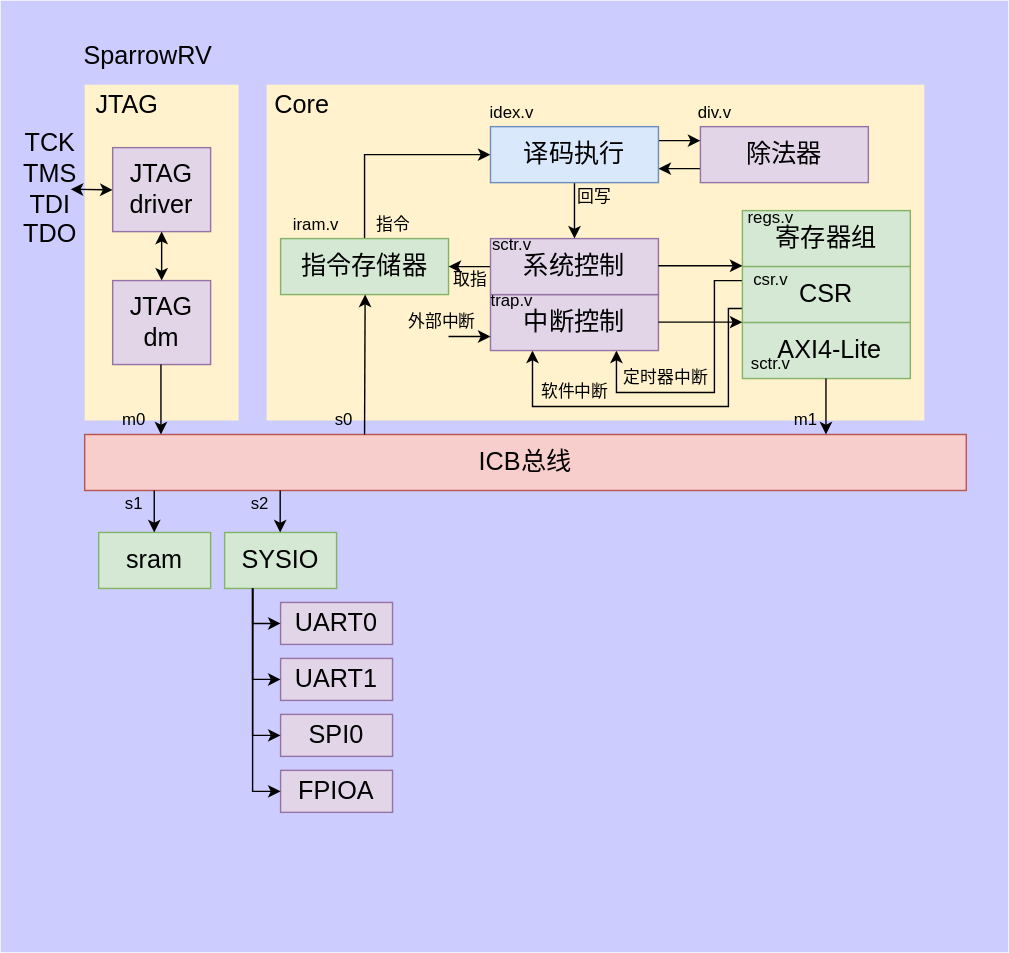
ZPNMiaoHeng/SparrowRV keeps this draw.io diagram as doc/图库/Readme/soc架构.svg. Above is the earlier version. Source tidied: cells renumbered, new cells last; positions are measured from the earlier drawing's top-left corner, leaving out a move shared by most shapes. The source it was exported from:
```xml
<mxGraphModel>
  <root>
    <mxCell id="0" />
    <mxCell id="1" parent="0" />
    <mxCell id="2" style="rounded=0;whiteSpace=wrap;html=1;fontSize=12;fillColor=#CCCCFF;strokeColor=none;" parent="1" vertex="1">
      <mxGeometry x="10" y="20" width="720" height="680" as="geometry" />
    </mxCell>
    <mxCell id="3" style="rounded=0;whiteSpace=wrap;html=1;fontSize=18;fillColor=#FFF2CC;strokeColor=none;" parent="1" vertex="1">
      <mxGeometry x="200" y="80" width="470" height="240" as="geometry" />
    </mxCell>
    <mxCell id="4" value="SparrowRV" style="text;html=1;align=center;verticalAlign=middle;strokeColor=none;fillColor=none;fontSize=18;" parent="1" vertex="1">
      <mxGeometry x="60" y="45" width="110" height="30" as="geometry" />
    </mxCell>
    <mxCell id="5" value="寄存器组" style="whiteSpace=wrap;html=1;fontSize=18;fillColor=#d5e8d4;strokeColor=#82b366;" parent="1" vertex="1">
      <mxGeometry x="540" y="170" width="120" height="40" as="geometry" />
    </mxCell>
    <mxCell id="6" style="edgeStyle=orthogonalEdgeStyle;rounded=0;jettySize=auto;html=1;entryX=0.75;entryY=1;entryDx=0;entryDy=0;fontSize=18;exitX=0;exitY=0.25;exitDx=0;exitDy=0;" parent="1" edge="1" source="8" target="11">
      <mxGeometry relative="1" as="geometry">
        <Array as="points">
          <mxPoint x="520" y="220" />
          <mxPoint x="520" y="300" />
          <mxPoint x="450" y="300" />
        </Array>
      </mxGeometry>
    </mxCell>
    <mxCell id="7" style="edgeStyle=orthogonalEdgeStyle;rounded=0;jettySize=auto;html=1;exitX=0;exitY=0.75;exitDx=0;exitDy=0;entryX=0.25;entryY=1;entryDx=0;entryDy=0;fontSize=18;" parent="1" edge="1" source="8" target="11">
      <mxGeometry relative="1" as="geometry">
        <Array as="points">
          <mxPoint x="530" y="240" />
          <mxPoint x="530" y="310" />
          <mxPoint x="390" y="310" />
        </Array>
      </mxGeometry>
    </mxCell>
    <mxCell id="8" value="CSR" style="whiteSpace=wrap;html=1;fontSize=18;fillColor=#d5e8d4;strokeColor=#82b366;" parent="1" vertex="1">
      <mxGeometry x="540" y="210" width="120" height="40" as="geometry" />
    </mxCell>
    <mxCell id="9" style="edgeStyle=orthogonalEdgeStyle;rounded=0;jettySize=auto;html=1;exitX=0.5;exitY=0;exitDx=0;exitDy=0;entryX=0;entryY=0.5;entryDx=0;entryDy=0;fontSize=18;" parent="1" edge="1" source="10" target="18">
      <mxGeometry relative="1" as="geometry" />
    </mxCell>
    <mxCell id="10" value="指令存储器" style="whiteSpace=wrap;html=1;fontSize=18;fillColor=#d5e8d4;strokeColor=#82b366;" parent="1" vertex="1">
      <mxGeometry x="210" y="190" width="120" height="40" as="geometry" />
    </mxCell>
    <mxCell id="11" value="中断控制" style="whiteSpace=wrap;html=1;fontSize=18;fillColor=#e1d5e7;strokeColor=#9673a6;" parent="1" vertex="1">
      <mxGeometry x="360" y="230" width="120" height="40" as="geometry" />
    </mxCell>
    <mxCell id="12" style="edgeStyle=orthogonalEdgeStyle;rounded=0;jettySize=auto;html=1;exitX=0;exitY=0.5;exitDx=0;exitDy=0;entryX=1;entryY=0.5;entryDx=0;entryDy=0;fontSize=18;" parent="1" edge="1" source="13" target="10">
      <mxGeometry relative="1" as="geometry" />
    </mxCell>
    <mxCell id="13" value="系统控制" style="whiteSpace=wrap;html=1;fontSize=18;fillColor=#e1d5e7;strokeColor=#9673a6;" parent="1" vertex="1">
      <mxGeometry x="360" y="190" width="120" height="40" as="geometry" />
    </mxCell>
    <mxCell id="14" style="edgeStyle=orthogonalEdgeStyle;rounded=0;jettySize=auto;html=1;exitX=0;exitY=0.75;exitDx=0;exitDy=0;entryX=1;entryY=0.75;entryDx=0;entryDy=0;fontSize=18;" parent="1" edge="1" source="15" target="18">
      <mxGeometry relative="1" as="geometry" />
    </mxCell>
    <mxCell id="15" value="除法器" style="whiteSpace=wrap;html=1;fontSize=18;fillColor=#e1d5e7;strokeColor=#9673a6;" parent="1" vertex="1">
      <mxGeometry x="510" y="110" width="120" height="40" as="geometry" />
    </mxCell>
    <mxCell id="16" style="edgeStyle=orthogonalEdgeStyle;rounded=0;jettySize=auto;html=1;exitX=1;exitY=0.25;exitDx=0;exitDy=0;entryX=0;entryY=0.25;entryDx=0;entryDy=0;fontSize=18;" parent="1" edge="1" source="18" target="15">
      <mxGeometry relative="1" as="geometry" />
    </mxCell>
    <mxCell id="17" style="edgeStyle=orthogonalEdgeStyle;rounded=0;jettySize=auto;html=1;exitX=0.5;exitY=1;exitDx=0;exitDy=0;entryX=0.5;entryY=0;entryDx=0;entryDy=0;fontSize=18;" parent="1" edge="1" source="18" target="13">
      <mxGeometry relative="1" as="geometry" />
    </mxCell>
    <mxCell id="18" value="译码执行" style="whiteSpace=wrap;html=1;fontSize=18;fillColor=#dae8fc;strokeColor=#6c8ebf;" parent="1" vertex="1">
      <mxGeometry x="360" y="110" width="120" height="40" as="geometry" />
    </mxCell>
    <mxCell id="19" value="&amp;nbsp;AXI4-Lite" style="whiteSpace=wrap;html=1;fontSize=18;fillColor=#d5e8d4;strokeColor=#82b366;" parent="1" vertex="1">
      <mxGeometry x="540" y="250" width="120" height="40" as="geometry" />
    </mxCell>
    <mxCell id="20" style="edgeStyle=orthogonalEdgeStyle;rounded=0;orthogonalLoop=1;jettySize=auto;html=1;fontSize=18;" parent="1" edge="1">
      <mxGeometry relative="1" as="geometry">
        <mxPoint x="480" y="209.4" as="sourcePoint" />
        <mxPoint x="540" y="209.4" as="targetPoint" />
      </mxGeometry>
    </mxCell>
    <mxCell id="21" value="Core" style="text;html=1;align=center;verticalAlign=middle;strokeColor=none;fillColor=none;fontSize=18;" parent="1" vertex="1">
      <mxGeometry x="200" y="80" width="50" height="30" as="geometry" />
    </mxCell>
    <mxCell id="22" value="ICB总线" style="whiteSpace=wrap;html=1;fontSize=18;fillColor=#f8cecc;strokeColor=#b85450;" parent="1" vertex="1">
      <mxGeometry x="70" y="330" width="630" height="40" as="geometry" />
    </mxCell>
    <mxCell id="23" style="endArrow=classic;html=1;rounded=0;fontSize=18;" parent="1" edge="1">
      <mxGeometry relative="1" as="geometry">
        <mxPoint x="270" y="330" as="sourcePoint" />
        <mxPoint x="270.4" y="230" as="targetPoint" />
      </mxGeometry>
    </mxCell>
    <mxCell id="24" style="endArrow=classic;html=1;rounded=0;fontSize=18;" parent="1" edge="1">
      <mxGeometry relative="1" as="geometry">
        <mxPoint x="330" y="260" as="sourcePoint" />
        <mxPoint x="360" y="260" as="targetPoint" />
      </mxGeometry>
    </mxCell>
    <mxCell id="25" value="外部中断" style="text;html=1;align=center;verticalAlign=middle;strokeColor=none;fillColor=none;fontSize=12;" parent="1" vertex="1">
      <mxGeometry x="295" y="240" width="60" height="20" as="geometry" />
    </mxCell>
    <mxCell id="26" value="定时器中断" style="text;html=1;align=center;verticalAlign=middle;strokeColor=none;fillColor=none;fontSize=12;" parent="1" vertex="1">
      <mxGeometry x="445" y="280" width="80" height="20" as="geometry" />
    </mxCell>
    <mxCell id="27" value="软件中断" style="text;html=1;align=center;verticalAlign=middle;strokeColor=none;fillColor=none;fontSize=12;" parent="1" vertex="1">
      <mxGeometry x="390" y="290" width="60" height="20" as="geometry" />
    </mxCell>
    <mxCell id="28" value="回写" style="text;html=1;align=center;verticalAlign=middle;strokeColor=none;fillColor=none;fontSize=12;" parent="1" vertex="1">
      <mxGeometry x="414" y="150" width="40" height="20" as="geometry" />
    </mxCell>
    <mxCell id="29" value="取指" style="text;html=1;align=center;verticalAlign=middle;strokeColor=none;fillColor=none;fontSize=12;" parent="1" vertex="1">
      <mxGeometry x="325" y="210" width="40" height="20" as="geometry" />
    </mxCell>
    <mxCell id="30" value="指令" style="text;html=1;align=center;verticalAlign=middle;strokeColor=none;fillColor=none;fontSize=12;" parent="1" vertex="1">
      <mxGeometry x="270" y="170" width="40" height="20" as="geometry" />
    </mxCell>
    <mxCell id="31" value="idex.v" style="text;html=1;align=center;verticalAlign=middle;strokeColor=none;fillColor=none;fontSize=12;" parent="1" vertex="1">
      <mxGeometry x="350" y="90" width="50" height="20" as="geometry" />
    </mxCell>
    <mxCell id="32" value="iram.v" style="text;html=1;align=center;verticalAlign=middle;strokeColor=none;fillColor=none;fontSize=12;" parent="1" vertex="1">
      <mxGeometry x="210" y="170" width="50" height="20" as="geometry" />
    </mxCell>
    <mxCell id="33" value="regs.v" style="text;html=1;align=center;verticalAlign=middle;strokeColor=none;fillColor=none;fontSize=12;" parent="1" vertex="1">
      <mxGeometry x="535" y="165" width="50" height="20" as="geometry" />
    </mxCell>
    <mxCell id="34" value="csr.v" style="text;html=1;align=center;verticalAlign=middle;strokeColor=none;fillColor=none;fontSize=12;" parent="1" vertex="1">
      <mxGeometry x="540" y="210" width="40" height="20" as="geometry" />
    </mxCell>
    <mxCell id="35" value="div.v" style="text;html=1;align=center;verticalAlign=middle;strokeColor=none;fillColor=none;fontSize=12;" parent="1" vertex="1">
      <mxGeometry x="500" y="90" width="40" height="20" as="geometry" />
    </mxCell>
    <mxCell id="36" value="trap.v" style="text;html=1;align=center;verticalAlign=middle;strokeColor=none;fillColor=none;fontSize=12;" parent="1" vertex="1">
      <mxGeometry x="350" y="225" width="50" height="20" as="geometry" />
    </mxCell>
    <mxCell id="37" value="sctr.v" style="text;html=1;align=center;verticalAlign=middle;strokeColor=none;fillColor=none;fontSize=12;" parent="1" vertex="1">
      <mxGeometry x="355" y="185" width="40" height="20" as="geometry" />
    </mxCell>
    <mxCell id="38" value="sctr.v" style="text;html=1;align=center;verticalAlign=middle;strokeColor=none;fillColor=none;fontSize=12;" parent="1" vertex="1">
      <mxGeometry x="540" y="270" width="40" height="20" as="geometry" />
    </mxCell>
    <mxCell id="39" style="endArrow=classic;html=1;rounded=0;fontSize=12;" parent="1" edge="1">
      <mxGeometry relative="1" as="geometry">
        <mxPoint x="599.7" y="290" as="sourcePoint" />
        <mxPoint x="599.7" y="330" as="targetPoint" />
      </mxGeometry>
    </mxCell>
    <mxCell id="40" style="edgeStyle=orthogonalEdgeStyle;rounded=0;orthogonalLoop=1;jettySize=auto;html=1;fontSize=18;" parent="1" edge="1">
      <mxGeometry relative="1" as="geometry">
        <mxPoint x="480" y="249.7" as="sourcePoint" />
        <mxPoint x="540" y="249.7" as="targetPoint" />
      </mxGeometry>
    </mxCell>
    <mxCell id="41" value="s0" style="text;html=1;align=center;verticalAlign=middle;strokeColor=none;fillColor=none;" parent="1" vertex="1">
      <mxGeometry x="240" y="310" width="30" height="20" as="geometry" />
    </mxCell>
    <mxCell id="42" value="sram" style="rounded=0;whiteSpace=wrap;html=1;fillColor=#d5e8d4;strokeColor=#82b366;fontSize=18;" parent="1" vertex="1">
      <mxGeometry x="80" y="400" width="80" height="40" as="geometry" />
    </mxCell>
    <mxCell id="43" value="m1" style="text;html=1;align=center;verticalAlign=middle;strokeColor=none;fillColor=none;" parent="1" vertex="1">
      <mxGeometry x="570" y="310" width="30" height="20" as="geometry" />
    </mxCell>
    <mxCell id="44" style="endArrow=classic;html=1;rounded=0;fontSize=18;" parent="1" edge="1">
      <mxGeometry relative="1" as="geometry">
        <mxPoint x="119.7" y="370" as="sourcePoint" />
        <mxPoint x="119.7" y="400" as="targetPoint" />
      </mxGeometry>
    </mxCell>
    <mxCell id="45" value="s1" style="text;html=1;align=center;verticalAlign=middle;strokeColor=none;fillColor=none;" parent="1" vertex="1">
      <mxGeometry x="90" y="370" width="30" height="20" as="geometry" />
    </mxCell>
    <mxCell id="46" style="rounded=0;whiteSpace=wrap;html=1;fillColor=#fff2cc;strokeColor=none;" parent="1" vertex="1">
      <mxGeometry x="70" y="80" width="110" height="240" as="geometry" />
    </mxCell>
    <mxCell id="47" value="JTAG" style="text;html=1;align=center;verticalAlign=middle;strokeColor=none;fillColor=none;fontSize=18;" parent="1" vertex="1">
      <mxGeometry x="70" y="80" width="60" height="30" as="geometry" />
    </mxCell>
    <mxCell id="48" style="endArrow=classic;startArrow=classic;html=1;rounded=0;fontSize=18;" parent="1" edge="1">
      <mxGeometry relative="1" as="geometry">
        <mxPoint x="90" y="155.2" as="sourcePoint" />
        <mxPoint x="60" y="154.8" as="targetPoint" />
      </mxGeometry>
    </mxCell>
    <mxCell id="49" value="TCK&lt;br&gt;TMS&lt;br&gt;TDI&lt;br&gt;TDO" style="text;html=1;align=center;verticalAlign=middle;strokeColor=none;fillColor=none;fontSize=18;" parent="1" vertex="1">
      <mxGeometry x="20" y="110" width="50" height="90" as="geometry" />
    </mxCell>
    <mxCell id="50" value="JTAG&lt;br&gt;driver" style="whiteSpace=wrap;html=1;fontSize=18;fillColor=#e1d5e7;strokeColor=#9673a6;" parent="1" vertex="1">
      <mxGeometry x="90" y="125" width="70" height="60" as="geometry" />
    </mxCell>
    <mxCell id="51" value="JTAG&lt;br&gt;dm" style="whiteSpace=wrap;html=1;fontSize=18;fillColor=#e1d5e7;strokeColor=#9673a6;" parent="1" vertex="1">
      <mxGeometry x="90" y="220" width="70" height="60" as="geometry" />
    </mxCell>
    <mxCell id="52" style="endArrow=classic;startArrow=classic;html=1;rounded=0;fontSize=18;exitX=0.5;exitY=0;exitDx=0;exitDy=0;entryX=0.5;entryY=1;entryDx=0;entryDy=0;" parent="1" edge="1" source="51" target="50">
      <mxGeometry relative="1" as="geometry" />
    </mxCell>
    <mxCell id="53" style="endArrow=classic;html=1;rounded=0;fontSize=18;" parent="1" edge="1">
      <mxGeometry relative="1" as="geometry">
        <mxPoint x="124.5" y="280" as="sourcePoint" />
        <mxPoint x="124.5" y="330" as="targetPoint" />
      </mxGeometry>
    </mxCell>
    <mxCell id="54" value="m0" style="text;html=1;align=center;verticalAlign=middle;strokeColor=none;fillColor=none;" parent="1" vertex="1">
      <mxGeometry x="90" y="310" width="30" height="20" as="geometry" />
    </mxCell>
    <mxCell id="55" value="SYSIO" style="whiteSpace=wrap;html=1;fillColor=#d5e8d4;strokeColor=#82b366;fontSize=18;" parent="1" vertex="1">
      <mxGeometry x="170" y="400" width="80" height="40" as="geometry" />
    </mxCell>
    <mxCell id="56" value="s2" style="text;html=1;align=center;verticalAlign=middle;strokeColor=none;fillColor=none;" parent="1" vertex="1">
      <mxGeometry x="180" y="370" width="30" height="20" as="geometry" />
    </mxCell>
    <mxCell id="57" style="endArrow=classic;html=1;rounded=0;fontSize=18;" parent="1" edge="1">
      <mxGeometry relative="1" as="geometry">
        <mxPoint x="209.7" y="370" as="sourcePoint" />
        <mxPoint x="209.7" y="400" as="targetPoint" />
      </mxGeometry>
    </mxCell>
    <mxCell id="58" value="UART0" style="whiteSpace=wrap;html=1;fontSize=18;fillColor=#e1d5e7;strokeColor=#9673a6;" parent="1" vertex="1">
      <mxGeometry x="210" y="450" width="80" height="30" as="geometry" />
    </mxCell>
    <mxCell id="59" value="UART1" style="whiteSpace=wrap;html=1;fontSize=18;fillColor=#e1d5e7;strokeColor=#9673a6;" parent="1" vertex="1">
      <mxGeometry x="210" y="490" width="80" height="30" as="geometry" />
    </mxCell>
    <mxCell id="60" value="SPI0" style="whiteSpace=wrap;html=1;fontSize=18;fillColor=#e1d5e7;strokeColor=#9673a6;" parent="1" vertex="1">
      <mxGeometry x="210" y="530" width="80" height="30" as="geometry" />
    </mxCell>
    <mxCell id="61" value="FPIOA" style="whiteSpace=wrap;html=1;fontSize=18;fillColor=#e1d5e7;strokeColor=#9673a6;" parent="1" vertex="1">
      <mxGeometry x="210" y="570" width="80" height="30" as="geometry" />
    </mxCell>
    <mxCell id="62" style="edgeStyle=orthogonalEdgeStyle;rounded=0;jettySize=auto;html=1;exitX=0.25;exitY=1;exitDx=0;exitDy=0;entryX=0;entryY=0.5;entryDx=0;entryDy=0;" parent="1" edge="1" source="55" target="58">
      <mxGeometry relative="1" as="geometry">
        <Array as="points">
          <mxPoint x="190" y="465" />
        </Array>
      </mxGeometry>
    </mxCell>
    <mxCell id="63" style="edgeStyle=orthogonalEdgeStyle;rounded=0;jettySize=auto;html=1;exitX=0.25;exitY=1;exitDx=0;exitDy=0;entryX=0;entryY=0.5;entryDx=0;entryDy=0;" parent="1" edge="1" source="55" target="59">
      <mxGeometry relative="1" as="geometry" />
    </mxCell>
    <mxCell id="64" style="edgeStyle=orthogonalEdgeStyle;rounded=0;jettySize=auto;html=1;exitX=0.25;exitY=1;exitDx=0;exitDy=0;entryX=0;entryY=0.5;entryDx=0;entryDy=0;" parent="1" edge="1" source="55" target="60">
      <mxGeometry relative="1" as="geometry" />
    </mxCell>
    <mxCell id="65" style="edgeStyle=orthogonalEdgeStyle;rounded=0;jettySize=auto;html=1;exitX=0.25;exitY=1;exitDx=0;exitDy=0;entryX=0;entryY=0.5;entryDx=0;entryDy=0;" parent="1" edge="1" source="55" target="61">
      <mxGeometry relative="1" as="geometry" />
    </mxCell>
    <mxCell id="66" style="ellipse;whiteSpace=wrap;html=1;fontSize=18;" parent="1" vertex="1">
      <mxGeometry height="20" as="geometry" />
    </mxCell>
  </root>
</mxGraphModel>
```
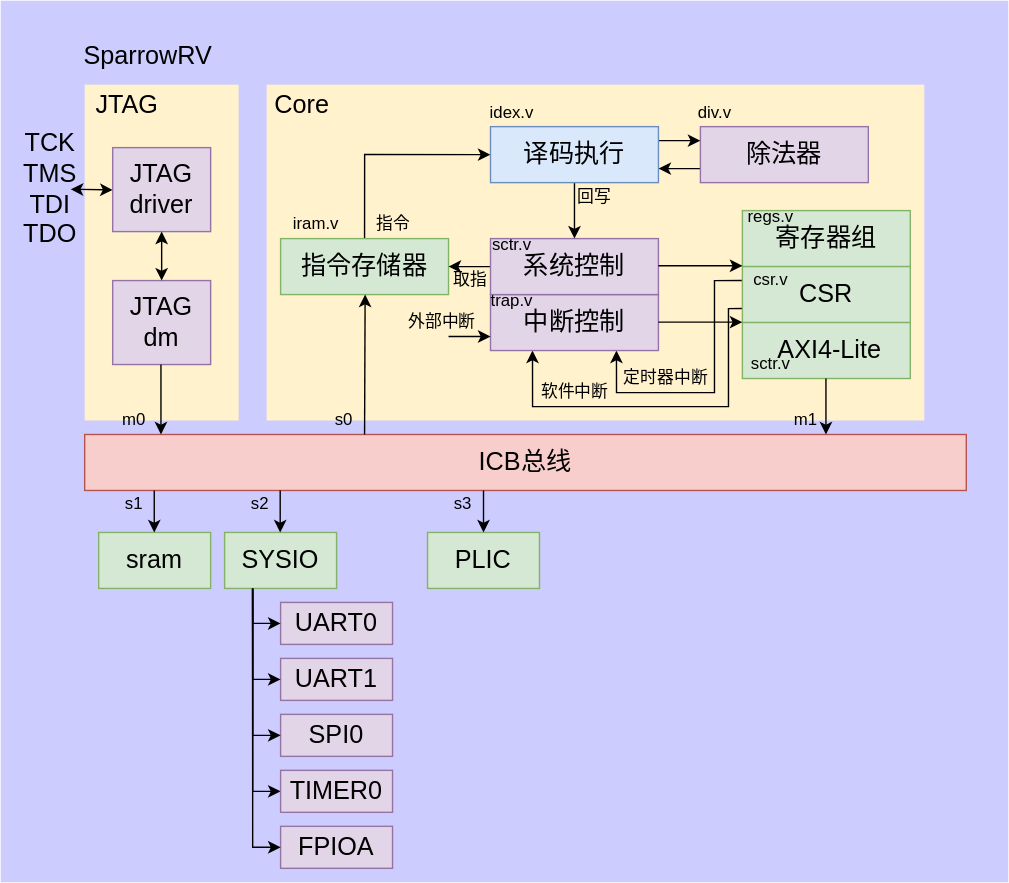
The same diagram one commit later.

The edit, as a diff of the source:
```diff
@@ -3,7 +3,7 @@
     <mxCell id="0" />
     <mxCell id="1" parent="0" />
     <mxCell id="2" style="rounded=0;whiteSpace=wrap;html=1;fontSize=12;fillColor=#CCCCFF;strokeColor=none;" parent="1" vertex="1">
-      <mxGeometry x="10" y="20" width="720" height="680" as="geometry" />
+      <mxGeometry x="10" y="20" width="720" height="630" as="geometry" />
     </mxCell>
     <mxCell id="3" style="rounded=0;whiteSpace=wrap;html=1;fontSize=18;fillColor=#FFF2CC;strokeColor=none;" parent="1" vertex="1">
       <mxGeometry x="200" y="80" width="470" height="240" as="geometry" />
@@ -197,6 +197,9 @@
     <mxCell id="54" value="m0" style="text;html=1;align=center;verticalAlign=middle;strokeColor=none;fillColor=none;" parent="1" vertex="1">
       <mxGeometry x="90" y="310" width="30" height="20" as="geometry" />
     </mxCell>
+    <mxCell id="67" style="edgeStyle=orthogonalEdgeStyle;rounded=0;jettySize=auto;html=1;exitX=0.25;exitY=1;exitDx=0;exitDy=0;entryX=0;entryY=0.5;entryDx=0;entryDy=0;" parent="1" edge="1" source="55" target="68">
+      <mxGeometry relative="1" as="geometry" />
+    </mxCell>
     <mxCell id="55" value="SYSIO" style="whiteSpace=wrap;html=1;fillColor=#d5e8d4;strokeColor=#82b366;fontSize=18;" parent="1" vertex="1">
       <mxGeometry x="170" y="400" width="80" height="40" as="geometry" />
     </mxCell>
@@ -219,7 +222,7 @@
       <mxGeometry x="210" y="530" width="80" height="30" as="geometry" />
     </mxCell>
     <mxCell id="61" value="FPIOA" style="whiteSpace=wrap;html=1;fontSize=18;fillColor=#e1d5e7;strokeColor=#9673a6;" parent="1" vertex="1">
-      <mxGeometry x="210" y="570" width="80" height="30" as="geometry" />
+      <mxGeometry x="210" y="610" width="80" height="30" as="geometry" />
     </mxCell>
     <mxCell id="62" style="edgeStyle=orthogonalEdgeStyle;rounded=0;jettySize=auto;html=1;exitX=0.25;exitY=1;exitDx=0;exitDy=0;entryX=0;entryY=0.5;entryDx=0;entryDy=0;" parent="1" edge="1" source="55" target="58">
       <mxGeometry relative="1" as="geometry">
@@ -240,5 +243,20 @@
     <mxCell id="66" style="ellipse;whiteSpace=wrap;html=1;fontSize=18;" parent="1" vertex="1">
       <mxGeometry height="20" as="geometry" />
     </mxCell>
+    <mxCell id="68" value="TIMER0" style="whiteSpace=wrap;html=1;fontSize=18;fillColor=#e1d5e7;strokeColor=#9673a6;" parent="1" vertex="1">
+      <mxGeometry x="210" y="570" width="80" height="30" as="geometry" />
+    </mxCell>
+    <mxCell id="69" value="PLIC" style="whiteSpace=wrap;html=1;fillColor=#d5e8d4;strokeColor=#82b366;fontSize=18;" parent="1" vertex="1">
+      <mxGeometry x="315" y="400" width="80" height="40" as="geometry" />
+    </mxCell>
+    <mxCell id="70" value="s3" style="text;html=1;align=center;verticalAlign=middle;strokeColor=none;fillColor=none;" parent="1" vertex="1">
+      <mxGeometry x="325" y="370" width="30" height="20" as="geometry" />
+    </mxCell>
+    <mxCell id="71" style="endArrow=classic;html=1;rounded=0;fontSize=18;" parent="1" edge="1">
+      <mxGeometry relative="1" as="geometry">
+        <mxPoint x="355" y="370" as="sourcePoint" />
+        <mxPoint x="355" y="400" as="targetPoint" />
+      </mxGeometry>
+    </mxCell>
   </root>
 </mxGraphModel>
```
